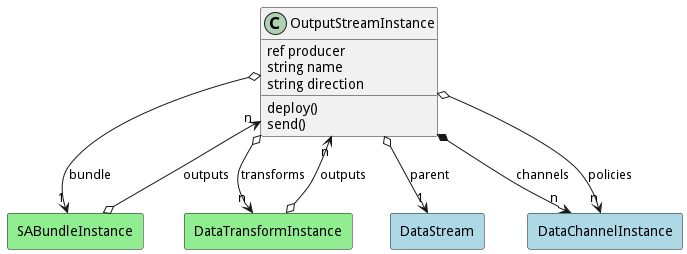
madajaju/sabr keeps this PlantUML diagram as docs/sabr/diml/dsm/models/outputstreaminstance/logical.png. Above is the earlier version. Its diagram source:
```plantuml
@startuml

class "OutputStreamInstance" as Model {
 ref producer
 string name
 string direction

 deploy()
 send()

}

rectangle "DataStream" as DataStream #lightblue {
}

Model o--> "1" DataStream : parent


rectangle "SABundleInstance" as SABundleInstance #lightblue {
}

Model o--> "1" SABundleInstance : bundle


rectangle "DataChannelInstance" as DataChannelInstance #lightblue {
}

Model *--> "n" DataChannelInstance : channels


rectangle "DataChannelInstance" as DataChannelInstance #lightblue {
}

Model o--> "n" DataChannelInstance : policies


rectangle "DataTransformInstance" as DataTransformInstance #lightblue {
}

Model o--> "n" DataTransformInstance : transforms




    rectangle "DataTransformInstance" as DataTransformInstance #lightgreen {
    }

        DataTransformInstance   o--> "n" Model : "outputs"

    rectangle "SABundleInstance" as SABundleInstance #lightgreen {
    }

        SABundleInstance   o--> "n" Model : "outputs"


@enduml
```
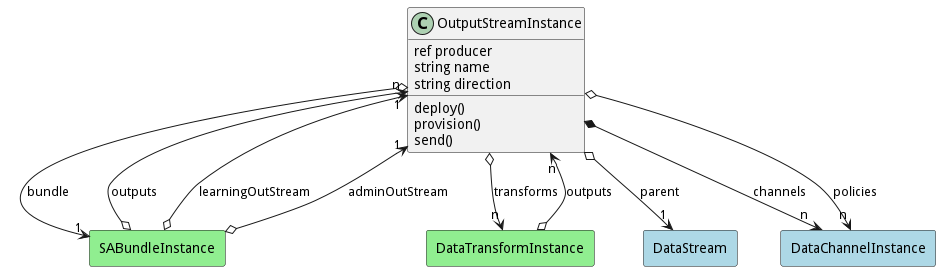
The same diagram one commit later.

What changed in the source:
```diff
@@ -6,6 +6,7 @@
  string direction
 
  deploy()
+ provision()
  send()
 
 }
@@ -52,5 +53,15 @@
 
         SABundleInstance   o--> "n" Model : "outputs"
 
+    rectangle "SABundleInstance" as SABundleInstance #lightgreen {
+    }
+
+        SABundleInstance   o--> "1" Model : "learningOutStream"
+
+    rectangle "SABundleInstance" as SABundleInstance #lightgreen {
+    }
+
+        SABundleInstance   o--> "1" Model : "adminOutStream"
+
 
 @enduml
```
